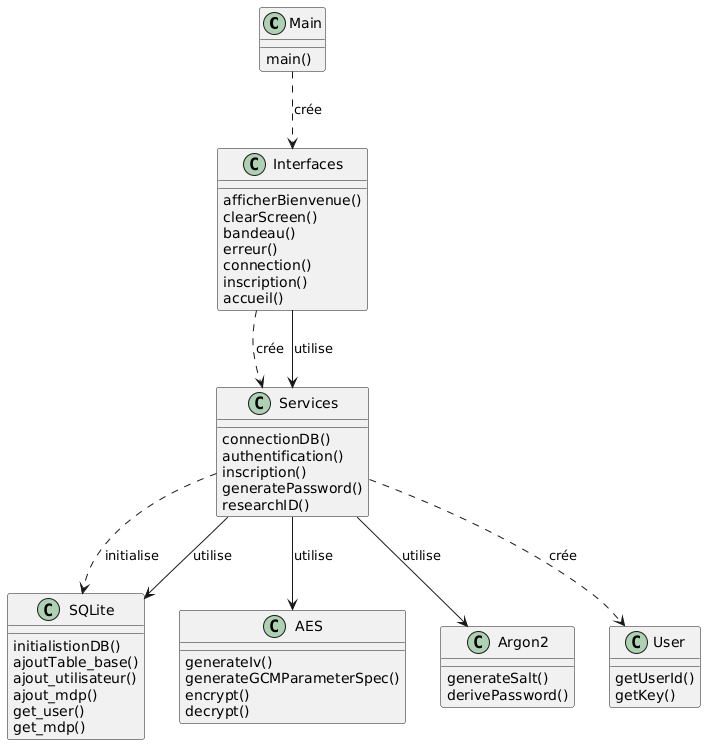
This is docs/img/plantUML.png from Axel-Cfr/JavaPass, a PlantUML export, as it was before one commit.
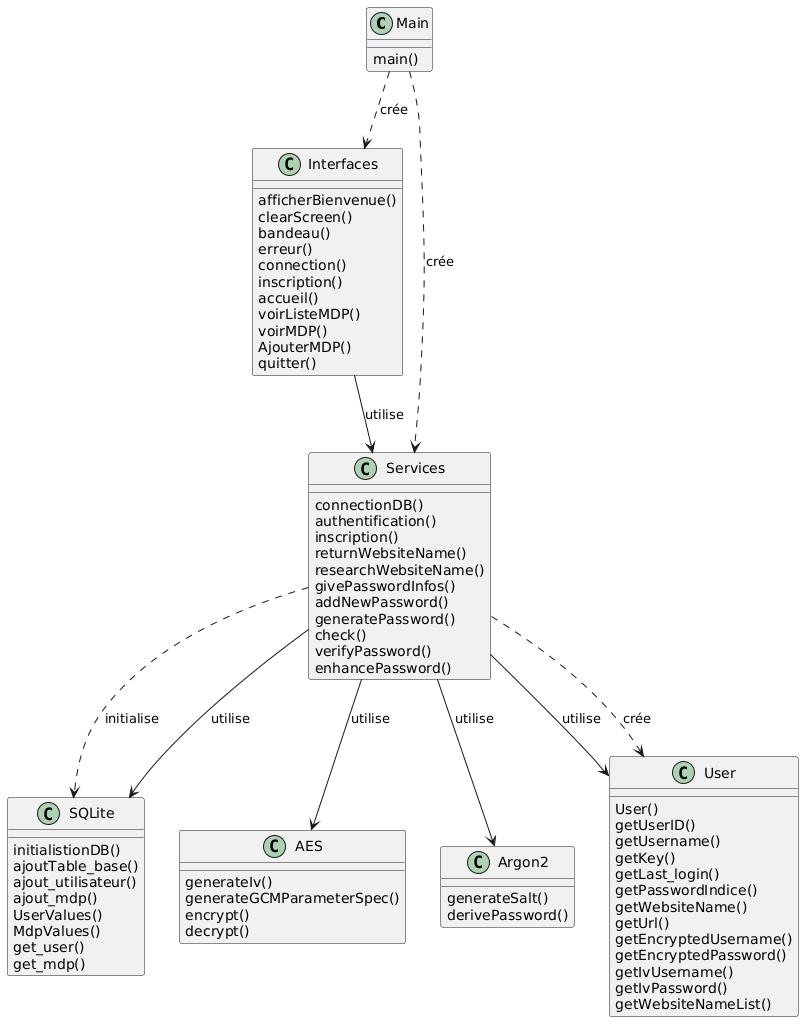
After the commit.

What changed in the source:
```diff
@@ -8,12 +8,13 @@
 class User
 
 Main ..> Interfaces : crée
-Interfaces ..> Services : crée
+Main ..> Services : crée
 Interfaces --> Services : utilise
 Services --> AES : utilise
 Services --> Argon2 : utilise
 Services ..> SQLite : initialise
 Services --> SQLite : utilise
+Services --> User : utilise
 Services ..> User : crée
 
 Main : main()
@@ -25,17 +26,29 @@
 Interfaces : connection()
 Interfaces : inscription()
 Interfaces : accueil()
+Interfaces : voirListeMDP()
+Interfaces : voirMDP()
+Interfaces : AjouterMDP()
+Interfaces : quitter()
 
 Services : connectionDB()
 Services : authentification()
 Services : inscription()
+Services : returnWebsiteName()
+Services : researchWebsiteName()
+Services : givePasswordInfos()
+Services : addNewPassword()
 Services : generatePassword()
-Services : researchID()
+Services : check()
+Services : verifyPassword()
+Services : enhancePassword()
 
 SQLite : initialistionDB()
 SQLite : ajoutTable_base()
 SQLite : ajout_utilisateur()
 SQLite : ajout_mdp()
+SQLite : UserValues()
+SQLite : MdpValues()
 SQLite : get_user()
 SQLite : get_mdp()
 
@@ -47,6 +60,17 @@
 Argon2 : generateSalt()
 Argon2 : derivePassword()
 
-User : getUserId()
+User : User()
+User : getUserID()
+User : getUsername()
 User : getKey()
+User : getLast_login()
+User : getPasswordIndice()
+User : getWebsiteName()
+User : getUrl()
+User : getEncryptedUsername()
+User : getEncryptedPassword()
+User : getIvUsername()
+User : getIvPassword()
+User : getWebsiteNameList()
 @enduml
```
